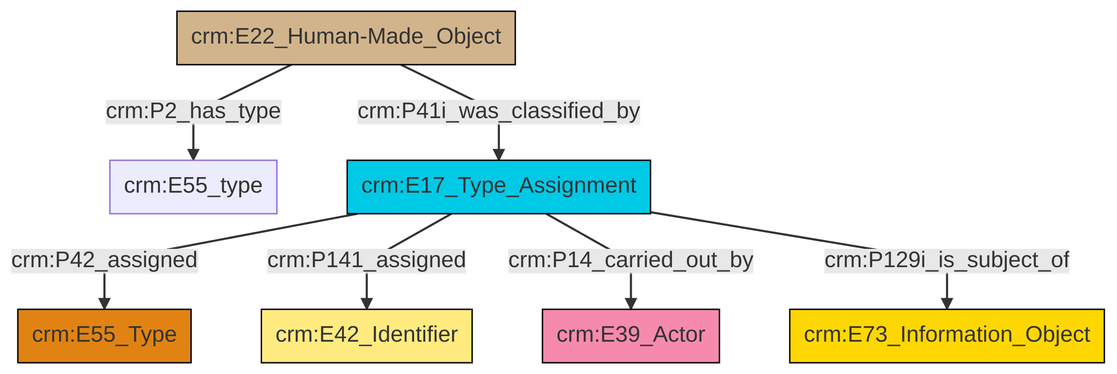
The Mermaid diagram et/builtWorkCSV/ttl/mmd/png/Built_Work_designation_status.png in swiss-art-research-net/reference-data-models, before a commit. Its source is kept beside it as et/builtWorkCSV/ttl/mmd/Built_Work_designation_status.ttl.mmd.
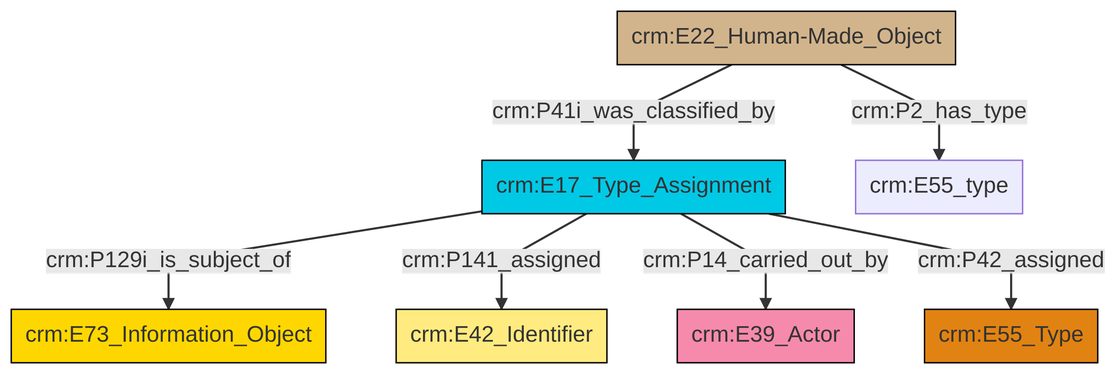
The same file after the commit.

What changed in the source:
```diff
@@ -13,9 +13,9 @@
 classDef PC_Classes fill:#4ce600, stroke:#000000;
 classDef Multi fill:#cccccc,stroke:#000000;
 
-2["crm:E17_Type_Assignment"]:::Temporal_Entity -->|crm:P42_assigned| 3["crm:E55_Type"]:::Type
-2["crm:E17_Type_Assignment"]:::Temporal_Entity -->|crm:P141_assigned| 5["crm:E42_Identifier"]:::Appellation
-2["crm:E17_Type_Assignment"]:::Temporal_Entity -->|crm:P14_carried_out_by| 7["crm:E39_Actor"]:::Actor
-10["crm:E22_Human-Made_Object"]:::Physical_Thing -->|crm:P2_has_type| 0["crm:E55_type"]:::Default
-2["crm:E17_Type_Assignment"]:::Temporal_Entity -->|crm:P129i_is_subject_of| 11["crm:E73_Information_Object"]:::Conceptual_Object
-10["crm:E22_Human-Made_Object"]:::Physical_Thing -->|crm:P41i_was_classified_by| 2["crm:E17_Type_Assignment"]:::Temporal_Entity
+0["crm:E22_Human-Made_Object"]:::Physical_Thing -->|crm:P41i_was_classified_by| 4["crm:E17_Type_Assignment"]:::Temporal_Entity
+4["crm:E17_Type_Assignment"]:::Temporal_Entity -->|crm:P129i_is_subject_of| 2["crm:E73_Information_Object"]:::Conceptual_Object
+0["crm:E22_Human-Made_Object"]:::Physical_Thing -->|crm:P2_has_type| 5["crm:E55_type"]:::Default
+4["crm:E17_Type_Assignment"]:::Temporal_Entity -->|crm:P141_assigned| 6["crm:E42_Identifier"]:::Appellation
+4["crm:E17_Type_Assignment"]:::Temporal_Entity -->|crm:P14_carried_out_by| 7["crm:E39_Actor"]:::Actor
+4["crm:E17_Type_Assignment"]:::Temporal_Entity -->|crm:P42_assigned| 9["crm:E55_Type"]:::Type
```
